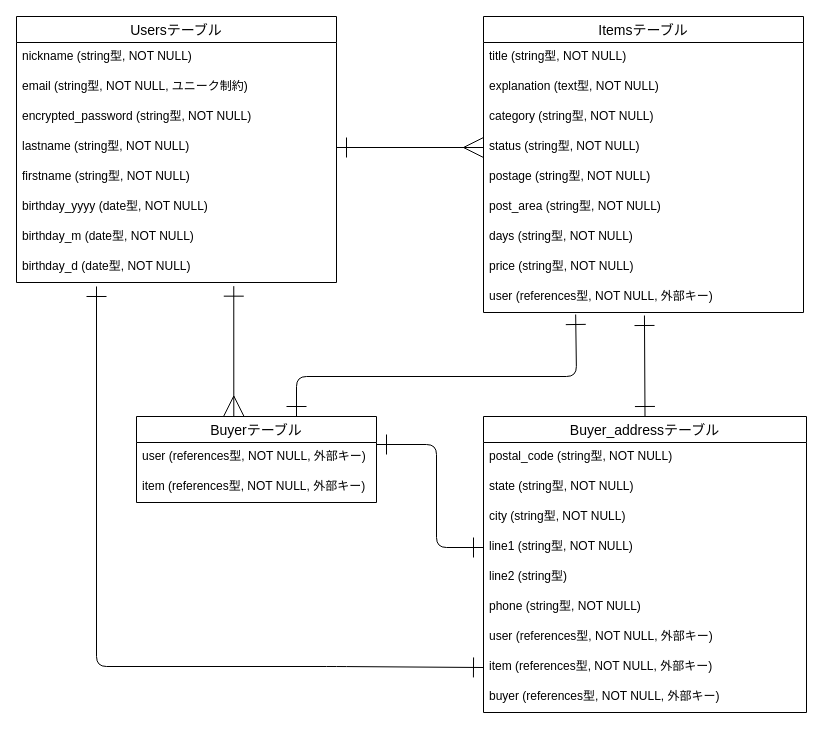
The draw.io diagram test.dio in morishitami/furima-37175, before the edit. Source tidied: cells renumbered, new cells numbered last; positions are measured from the earlier drawing's top-left corner, leaving out a move shared by most shapes. Both pictures are drawn from the tidied source at 100%, with x=0, y=0 at pixel (16, 16).
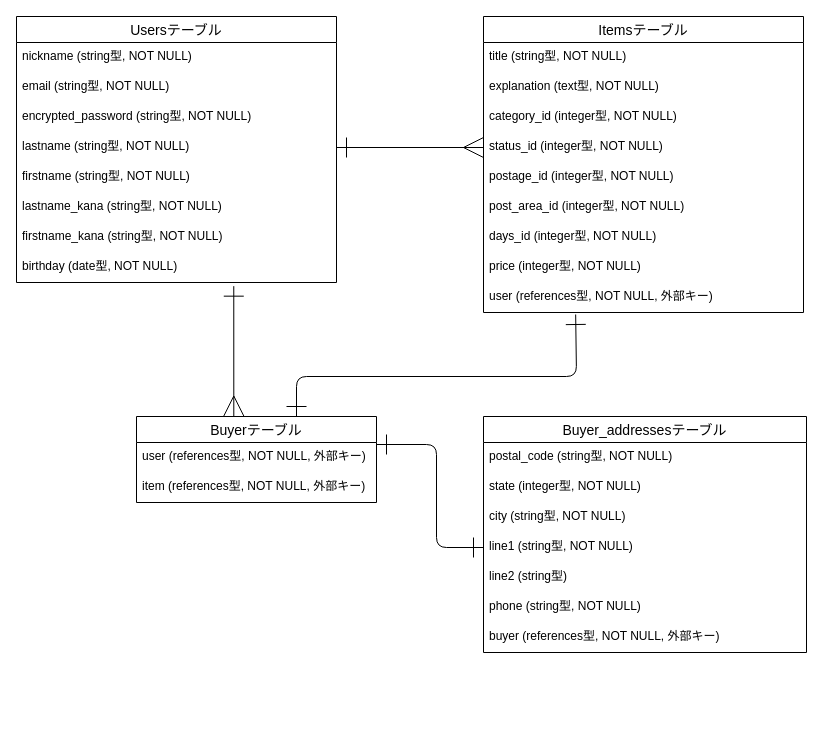
The same page after the edit.

Commit message (it also covers changes not shown here):
README及びER図修正

The change refers to these unchanged cells:
```xml
<mxCell id="2" value="Usersテーブル" style="swimlane;fontStyle=0;horizontal=1;startSize=26;align=center;fontSize=14;" parent="1" vertex="1">
  <mxGeometry width="320" height="266" as="geometry" />
</mxCell>
<mxCell id="11" value="Itemsテーブル" style="swimlane;fontStyle=0;horizontal=1;startSize=26;align=center;fontSize=14;" parent="1" vertex="1">
  <mxGeometry x="467" width="320" height="296" as="geometry" />
</mxCell>
<mxCell id="20" value="user (references型, NOT NULL, 外部キー)" style="text;strokeColor=none;fillColor=none;spacingLeft=4;spacingRight=4;overflow=hidden;points=[[0,0.5],[1,0.5]];portConstraint=eastwest;fontSize=12;" parent="11" vertex="1">
  <mxGeometry y="266" width="320" height="30" as="geometry" />
</mxCell>
```

Diff of the diagram source:
```diff
@@
-    <mxCell id="4" value="email (string型, NOT NULL, ユニーク制約)" style="text;strokeColor=none;fillColor=none;spacingLeft=4;spacingRight=4;overflow=hidden;fontSize=12;" parent="2" vertex="1">
+    <mxCell id="4" value="email (string型, NOT NULL)" style="text;strokeColor=none;fillColor=none;spacingLeft=4;spacingRight=4;overflow=hidden;fontSize=12;" parent="2" vertex="1">
       <mxGeometry y="56" width="320" height="30" as="geometry" />
     </mxCell>
@@
-    <mxCell id="8" value="birthday_yyyy (date型, NOT NULL)" style="text;strokeColor=none;fillColor=none;spacingLeft=4;spacingRight=4;overflow=hidden;fontSize=12;" parent="2" vertex="1">
+    <mxCell id="8" value="lastname_kana (string型, NOT NULL)" style="text;strokeColor=none;fillColor=none;spacingLeft=4;spacingRight=4;overflow=hidden;fontSize=12;" parent="2" vertex="1">
       <mxGeometry y="176" width="320" height="30" as="geometry" />
     </mxCell>
-    <mxCell id="9" value="birthday_m (date型, NOT NULL)" style="text;strokeColor=none;fillColor=none;spacingLeft=4;spacingRight=4;overflow=hidden;fontSize=12;" parent="2" vertex="1">
+    <mxCell id="9" value="firstname_kana (string型, NOT NULL)" style="text;strokeColor=none;fillColor=none;spacingLeft=4;spacingRight=4;overflow=hidden;fontSize=12;" parent="2" vertex="1">
       <mxGeometry y="206" width="320" height="30" as="geometry" />
     </mxCell>
-    <mxCell id="10" value="birthday_d (date型, NOT NULL)" style="text;strokeColor=none;fillColor=none;spacingLeft=4;spacingRight=4;overflow=hidden;points=[[0,0.5],[1,0.5]];portConstraint=eastwest;fontSize=12;" parent="2" vertex="1">
+    <mxCell id="10" value="birthday (date型, NOT NULL)" style="text;strokeColor=none;fillColor=none;spacingLeft=4;spacingRight=4;overflow=hidden;points=[[0,0.5],[1,0.5]];portConstraint=eastwest;fontSize=12;" parent="2" vertex="1">
       <mxGeometry y="236" width="320" height="30" as="geometry" />
     </mxCell>
@@
-    <mxCell id="14" value="category (string型, NOT NULL)" style="text;strokeColor=none;fillColor=none;spacingLeft=4;spacingRight=4;overflow=hidden;fontSize=12;" parent="11" vertex="1">
+    <mxCell id="14" value="category_id (integer型, NOT NULL)" style="text;strokeColor=none;fillColor=none;spacingLeft=4;spacingRight=4;overflow=hidden;fontSize=12;" parent="11" vertex="1">
       <mxGeometry y="86" width="320" height="30" as="geometry" />
     </mxCell>
-    <mxCell id="15" value="status (string型, NOT NULL)" style="text;strokeColor=none;fillColor=none;spacingLeft=4;spacingRight=4;overflow=hidden;points=[[0,0.5],[1,0.5]];portConstraint=eastwest;fontSize=12;" parent="11" vertex="1">
+    <mxCell id="15" value="status_id (integer型, NOT NULL)" style="text;strokeColor=none;fillColor=none;spacingLeft=4;spacingRight=4;overflow=hidden;points=[[0,0.5],[1,0.5]];portConstraint=eastwest;fontSize=12;" parent="11" vertex="1">
       <mxGeometry y="116" width="320" height="30" as="geometry" />
     </mxCell>
-    <mxCell id="16" value="postage (string型, NOT NULL)" style="text;strokeColor=none;fillColor=none;spacingLeft=4;spacingRight=4;overflow=hidden;fontSize=12;" parent="11" vertex="1">
+    <mxCell id="16" value="postage_id (integer型, NOT NULL)" style="text;strokeColor=none;fillColor=none;spacingLeft=4;spacingRight=4;overflow=hidden;fontSize=12;" parent="11" vertex="1">
       <mxGeometry y="146" width="320" height="30" as="geometry" />
     </mxCell>
-    <mxCell id="17" value="post_area (string型, NOT NULL)" style="text;strokeColor=none;fillColor=none;spacingLeft=4;spacingRight=4;overflow=hidden;fontSize=12;" parent="11" vertex="1">
+    <mxCell id="17" value="post_area_id (integer型, NOT NULL)" style="text;strokeColor=none;fillColor=none;spacingLeft=4;spacingRight=4;overflow=hidden;fontSize=12;" parent="11" vertex="1">
       <mxGeometry y="176" width="320" height="30" as="geometry" />
     </mxCell>
-    <mxCell id="18" value="days (string型, NOT NULL)" style="text;strokeColor=none;fillColor=none;spacingLeft=4;spacingRight=4;overflow=hidden;fontSize=12;" parent="11" vertex="1">
+    <mxCell id="18" value="days_id (integer型, NOT NULL)" style="text;strokeColor=none;fillColor=none;spacingLeft=4;spacingRight=4;overflow=hidden;fontSize=12;" parent="11" vertex="1">
       <mxGeometry y="206" width="320" height="30" as="geometry" />
     </mxCell>
-    <mxCell id="19" value="price (string型, NOT NULL)" style="text;strokeColor=none;fillColor=none;spacingLeft=4;spacingRight=4;overflow=hidden;fontSize=12;" parent="11" vertex="1">
+    <mxCell id="19" value="price (integer型, NOT NULL)" style="text;strokeColor=none;fillColor=none;spacingLeft=4;spacingRight=4;overflow=hidden;fontSize=12;" parent="11" vertex="1">
       <mxGeometry y="236" width="320" height="30" as="geometry" />
     </mxCell>
@@
-    <mxCell id="22" style="edgeStyle=none;html=1;exitX=0.5;exitY=0;exitDx=0;exitDy=0;entryX=0.503;entryY=1.1;entryDx=0;entryDy=0;entryPerimeter=0;startArrow=ERone;startFill=0;endArrow=ERone;endFill=0;endSize=18;startSize=18;" parent="1" edge="1" source="23" target="20">
-      <mxGeometry relative="1" as="geometry" />
-    </mxCell>
-    <mxCell id="23" value="Buyer_addressテーブル" style="swimlane;fontStyle=0;horizontal=1;startSize=26;align=center;fontSize=14;" parent="1" vertex="1">
-      <mxGeometry x="467" y="400" width="323" height="296" as="geometry" />
+    <mxCell id="23" value="Buyer_addressesテーブル" style="swimlane;fontStyle=0;horizontal=1;startSize=26;align=center;fontSize=14;" parent="1" vertex="1">
+      <mxGeometry x="467" y="400" width="323" height="236" as="geometry" />
     </mxCell>
@@
-    <mxCell id="25" value="state (string型, NOT NULL)" style="text;strokeColor=none;fillColor=none;spacingLeft=4;spacingRight=4;overflow=hidden;fontSize=12;" parent="23" vertex="1">
+    <mxCell id="25" value="state (integer型, NOT NULL)" style="text;strokeColor=none;fillColor=none;spacingLeft=4;spacingRight=4;overflow=hidden;fontSize=12;" parent="23" vertex="1">
       <mxGeometry y="56" width="323" height="30" as="geometry" />
     </mxCell>
@@
-    <mxCell id="30" value="user (references型, NOT NULL, 外部キー)" style="text;strokeColor=none;fillColor=none;spacingLeft=4;spacingRight=4;overflow=hidden;fontSize=12;" parent="23" vertex="1">
-      <mxGeometry y="206" width="323" height="30" as="geometry" />
-    </mxCell>
-    <mxCell id="31" value="item (references型, NOT NULL, 外部キー)" style="text;strokeColor=none;fillColor=none;spacingLeft=4;spacingRight=4;overflow=hidden;points=[[0,0.5],[1,0.5]];portConstraint=eastwest;fontSize=12;" parent="23" vertex="1">
-      <mxGeometry y="236" width="323" height="30" as="geometry" />
-    </mxCell>
     <mxCell id="32" value="buyer (references型, NOT NULL, 外部キー)" style="text;strokeColor=none;fillColor=none;spacingLeft=4;spacingRight=4;overflow=hidden;fontSize=12;" parent="23" vertex="1">
-      <mxGeometry y="266" width="323" height="30" as="geometry" />
+      <mxGeometry y="206" width="323" height="30" as="geometry" />
     </mxCell>
@@
-    <mxCell id="39" style="edgeStyle=none;html=1;entryX=0.25;entryY=1.133;entryDx=0;entryDy=0;startArrow=ERone;startFill=0;endArrow=ERone;endFill=0;startSize=18;endSize=18;exitX=0;exitY=0.5;exitDx=0;exitDy=0;entryPerimeter=0;" parent="1" edge="1" source="31" target="10">
-      <mxGeometry relative="1" as="geometry">
-        <Array as="points">
-          <mxPoint x="320" y="650" />
-          <mxPoint x="80" y="650" />
-        </Array>
-      </mxGeometry>
-    </mxCell>
```
